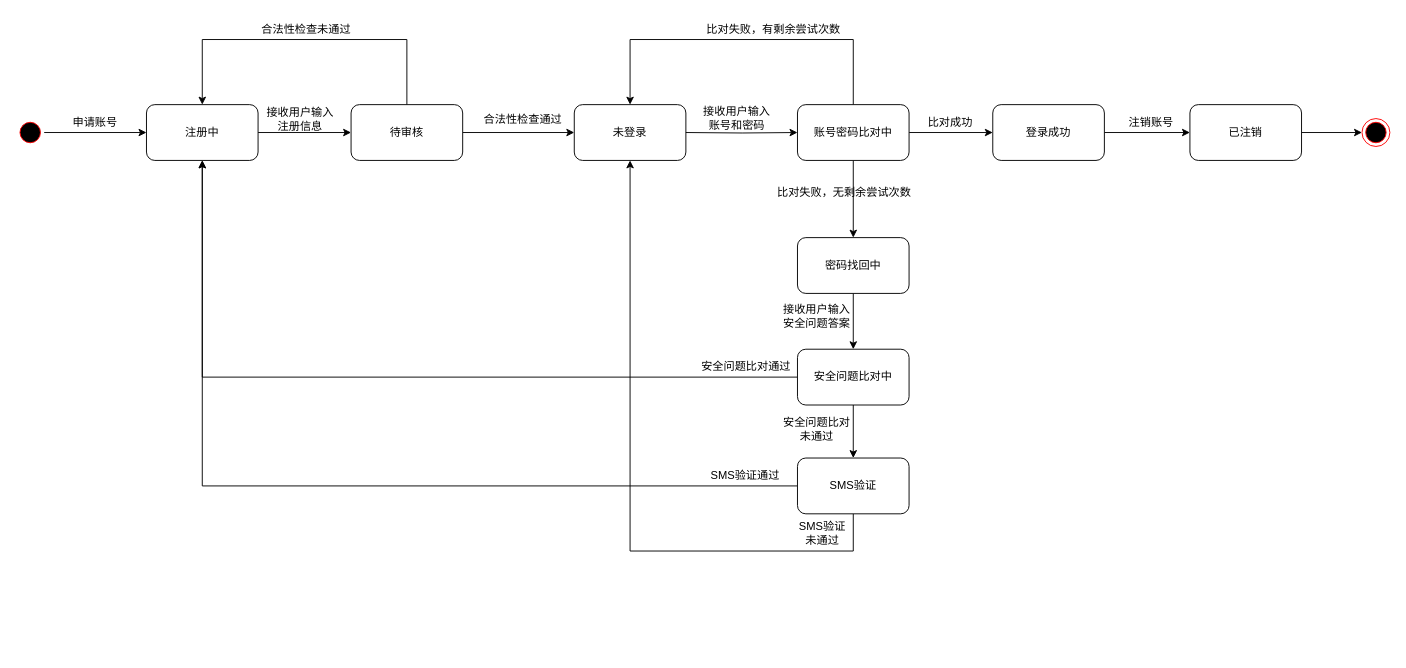
Earlier version of the draw.io diagram User状态图.drawio (PomeloLemon/SoftwareDiagrams). Source tidied: cells renumbered, new cells numbered last; positions are measured from the earlier drawing's top-left corner, leaving out a move shared by most shapes. Both pictures are drawn from the tidied source at 93%, with x=0, y=0 at pixel (16, 16).
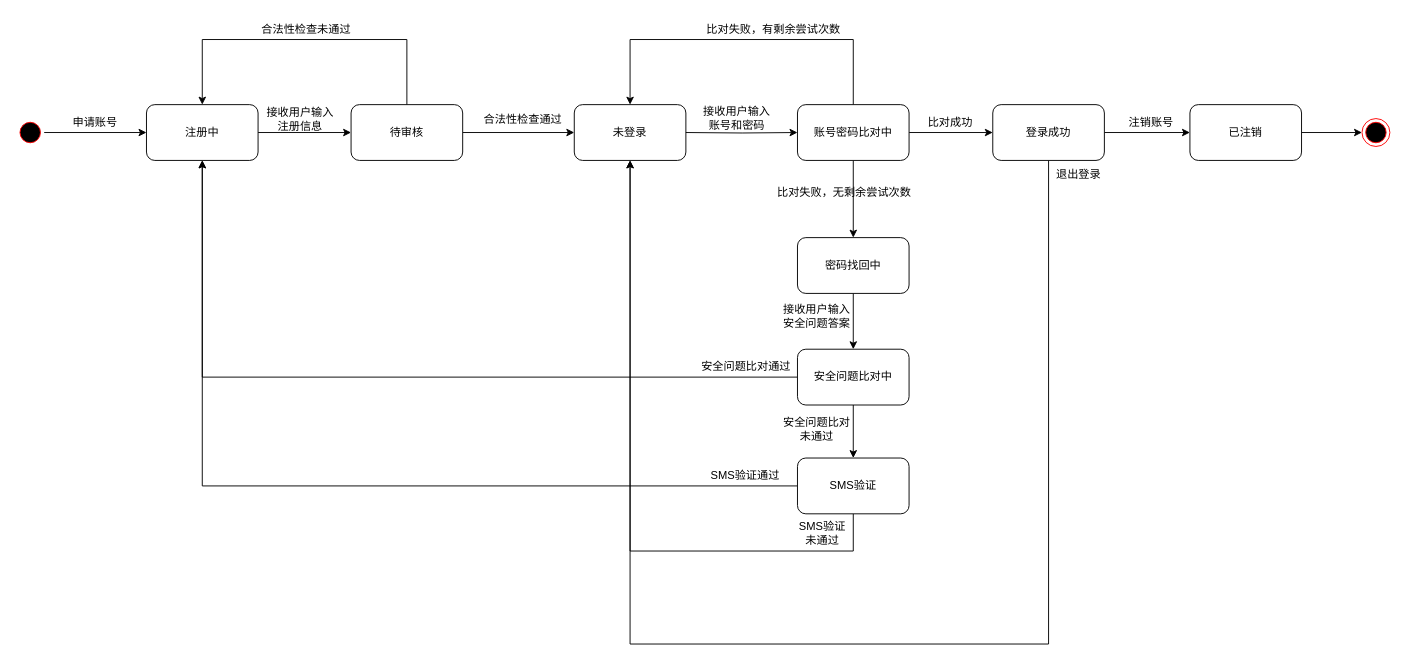
The same page after the edit.

Commit message:
更新User状态图.drawio

The change refers to these unchanged cells:
```xml
<mxCell id="11" value="未登录" style="rounded=1;whiteSpace=wrap;html=1;" parent="1" vertex="1">
  <mxGeometry x="600" y="95" width="120" height="60" as="geometry" />
</mxCell>
<mxCell id="19" value="登录成功" style="rounded=1;whiteSpace=wrap;html=1;" parent="1" vertex="1">
  <mxGeometry x="1050" y="95" width="120" height="60" as="geometry" />
</mxCell>
```

Change to the diagram source:
```diff
@@
+    <mxCell id="42" style="edgeStyle=orthogonalEdgeStyle;rounded=0;jettySize=auto;html=1;entryX=0.5;entryY=1;entryDx=0;entryDy=0;" parent="1" edge="1" source="19" target="11">
+      <mxGeometry relative="1" as="geometry">
+        <Array as="points">
+          <mxPoint x="1110" y="675" />
+          <mxPoint x="660" y="675" />
+        </Array>
+      </mxGeometry>
+    </mxCell>
@@
+    <mxCell id="43" value="退出登录" style="text;html=1;align=center;verticalAlign=middle;strokeColor=none;fillColor=none;" parent="1" vertex="1">
+      <mxGeometry x="1107" y="155" width="70" height="30" as="geometry" />
+    </mxCell>
```
